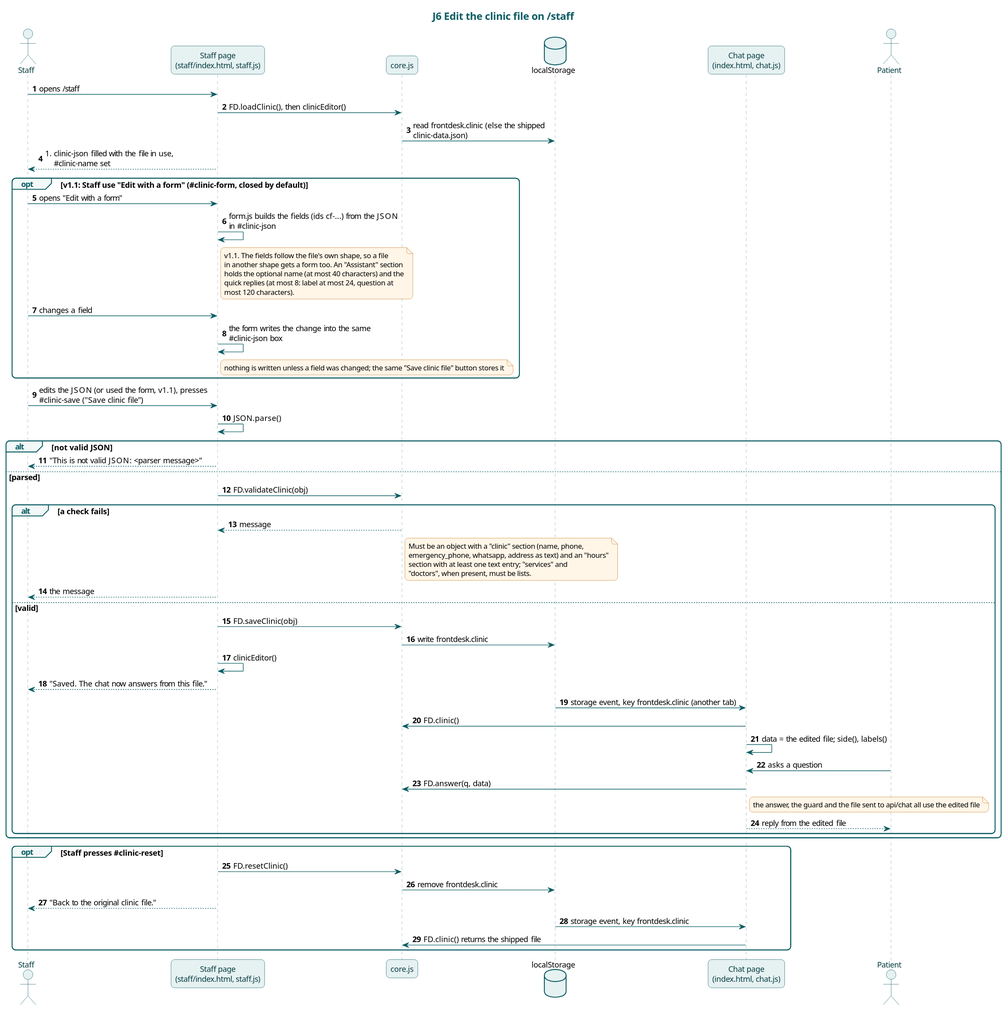
Before: docs/diagrams/j6-clinic-file-edit.svg, a diagram exported from PlantUML (karwasanjay007/frontdesk-ai-docs). The source it was exported from:
```plantuml
@startuml
!include style.iuml
title J6 Edit the clinic file on /staff
actor Staff
participant "Staff page\n(staff/index.html, staff.js)" as SP
participant "core.js" as Core
database "localStorage" as LS
participant "Chat page\n(index.html, chat.js)" as Chat
actor Patient
autonumber

Staff -> SP : opens /staff
SP -> Core : FD.loadClinic(), then clinicEditor()
Core -> LS : read frontdesk.clinic (else the shipped clinic-data.json)
SP --> Staff : #clinic-json filled with the file in use, #clinic-name set
opt v1.1: Staff use "Edit with a form" (#clinic-form, closed by default)
  Staff -> SP : opens "Edit with a form"
  SP -> SP : form.js builds the fields (ids cf-...) from the JSON in #clinic-json
  note right of SP
  v1.1. The fields follow the file's own shape, so a file
  in another shape gets a form too. An "Assistant" section
  holds the optional name (at most 40 characters) and the
  quick replies (at most 8: label at most 24, question at
  most 120 characters).
  end note
  Staff -> SP : changes a field
  SP -> SP : the form writes the change into the same #clinic-json box
  note right of SP : nothing is written unless a field was changed; the same "Save clinic file" button stores it
end
Staff -> SP : edits the JSON (or used the form, v1.1), presses #clinic-save ("Save clinic file")
SP -> SP : JSON.parse()
alt not valid JSON
  SP --> Staff : "This is not valid JSON: <parser message>"
else parsed
  SP -> Core : FD.validateClinic(obj)
  alt a check fails
    Core --> SP : message
    note right of Core
    Must be an object with a "clinic" section (name, phone,
    emergency_phone, whatsapp, address as text) and an "hours"
    section with at least one text entry; "services" and
    "doctors", when present, must be lists.
    end note
    SP --> Staff : the message
  else valid
    SP -> Core : FD.saveClinic(obj)
    Core -> LS : write frontdesk.clinic
    SP -> SP : clinicEditor()
    SP --> Staff : "Saved. The chat now answers from this file."
    LS -> Chat : storage event, key frontdesk.clinic (another tab)
    Chat -> Core : FD.clinic()
    Chat -> Chat : data = the edited file; side(), labels()
    Patient -> Chat : asks a question
    Chat -> Core : FD.answer(q, data)
    note right of Chat : the answer, the guard and the file sent to api/chat all use the edited file
    Chat --> Patient : reply from the edited file
  end
end
opt Staff presses #clinic-reset
  SP -> Core : FD.resetClinic()
  Core -> LS : remove frontdesk.clinic
  SP --> Staff : "Back to the original clinic file."
  LS -> Chat : storage event, key frontdesk.clinic
  Chat -> Core : FD.clinic() returns the shipped file
end
@enduml
```
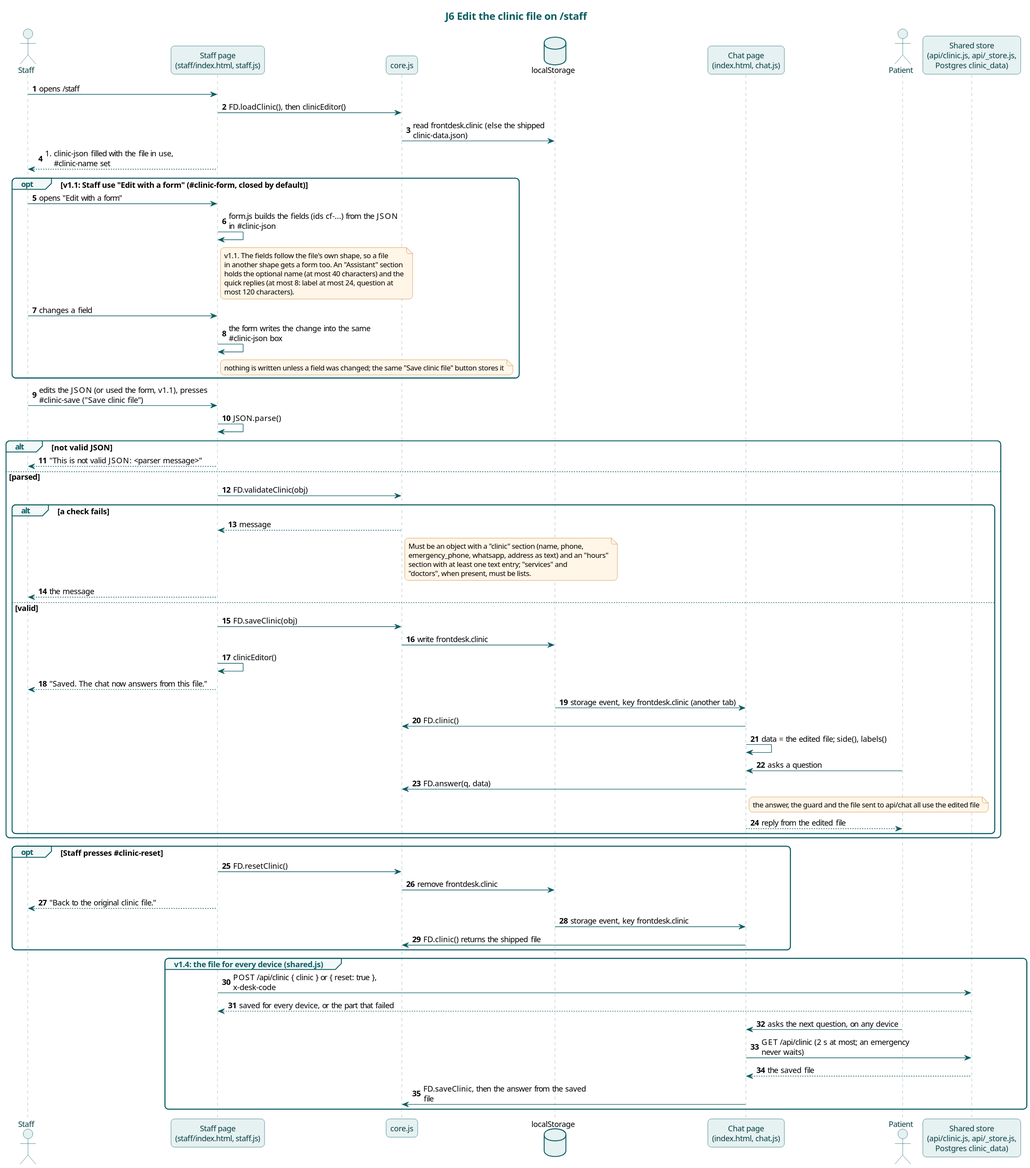
Above is the later version.

What changed in the source:
```diff
@@ -63,4 +63,13 @@
   LS -> Chat : storage event, key frontdesk.clinic
   Chat -> Core : FD.clinic() returns the shipped file
 end
+participant "Shared store\n(api/clinic.js, api/_store.js,\nPostgres clinic_data)" as Store
+group v1.4: the file for every device (shared.js)
+  SP -> Store : POST /api/clinic { clinic } or { reset: true }, x-desk-code
+  Store --> SP : saved for every device, or the part that failed
+  Patient -> Chat : asks the next question, on any device
+  Chat -> Store : GET /api/clinic (2 s at most; an emergency never waits)
+  Store --> Chat : the saved file
+  Chat -> Core : FD.saveClinic, then the answer from the saved file
+end
 @enduml
```
